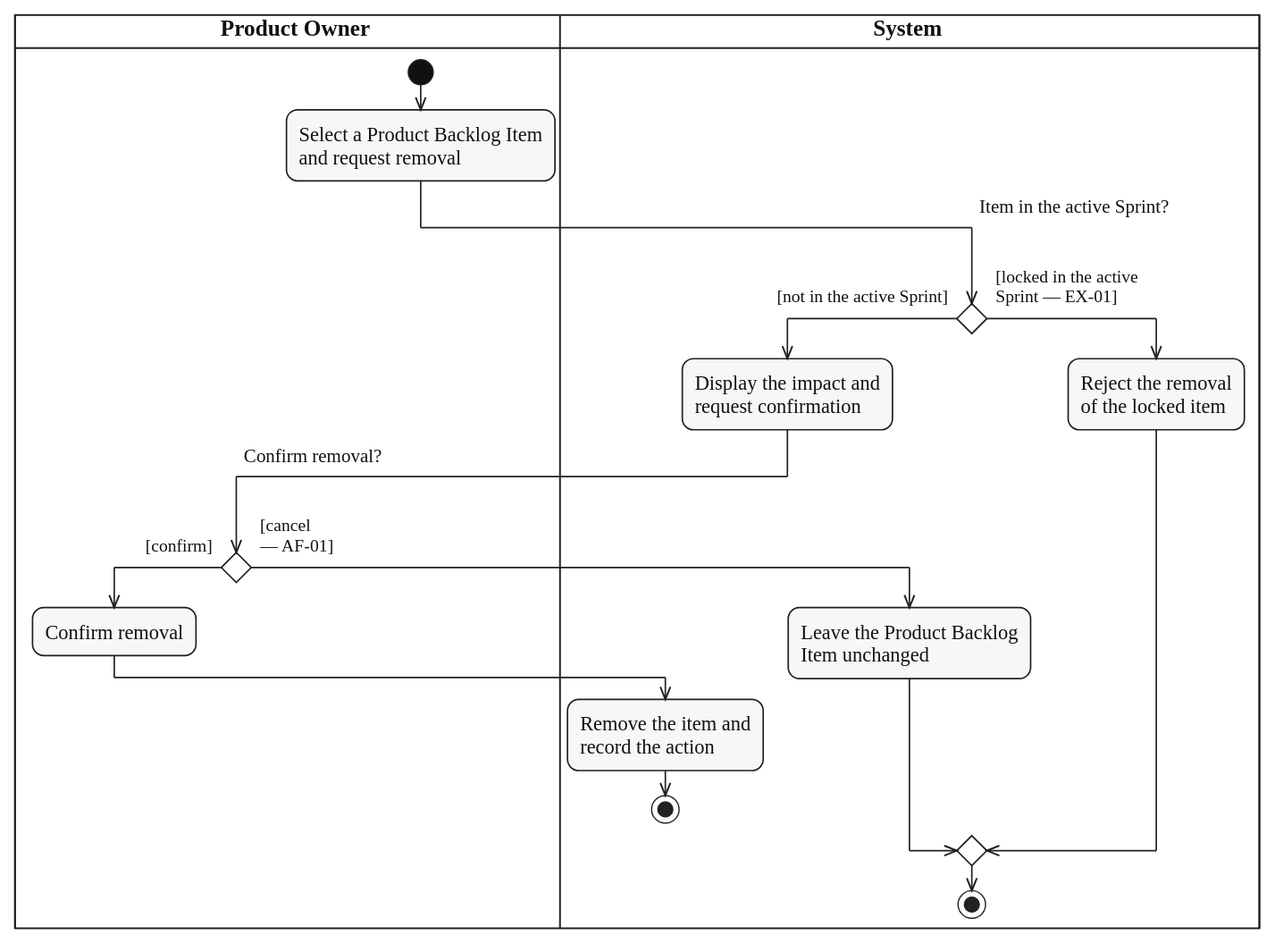
This is diagrams/activity/product-backlog/svg/UC-BACKLOG-ITEM-REMOVE.svg from lukenab/swd392-doc-automation, a PlantUML export, as it was before one commit. Its source is kept beside it as diagrams/activity/product-backlog/source/UC-BACKLOG-ITEM-REMOVE.puml.
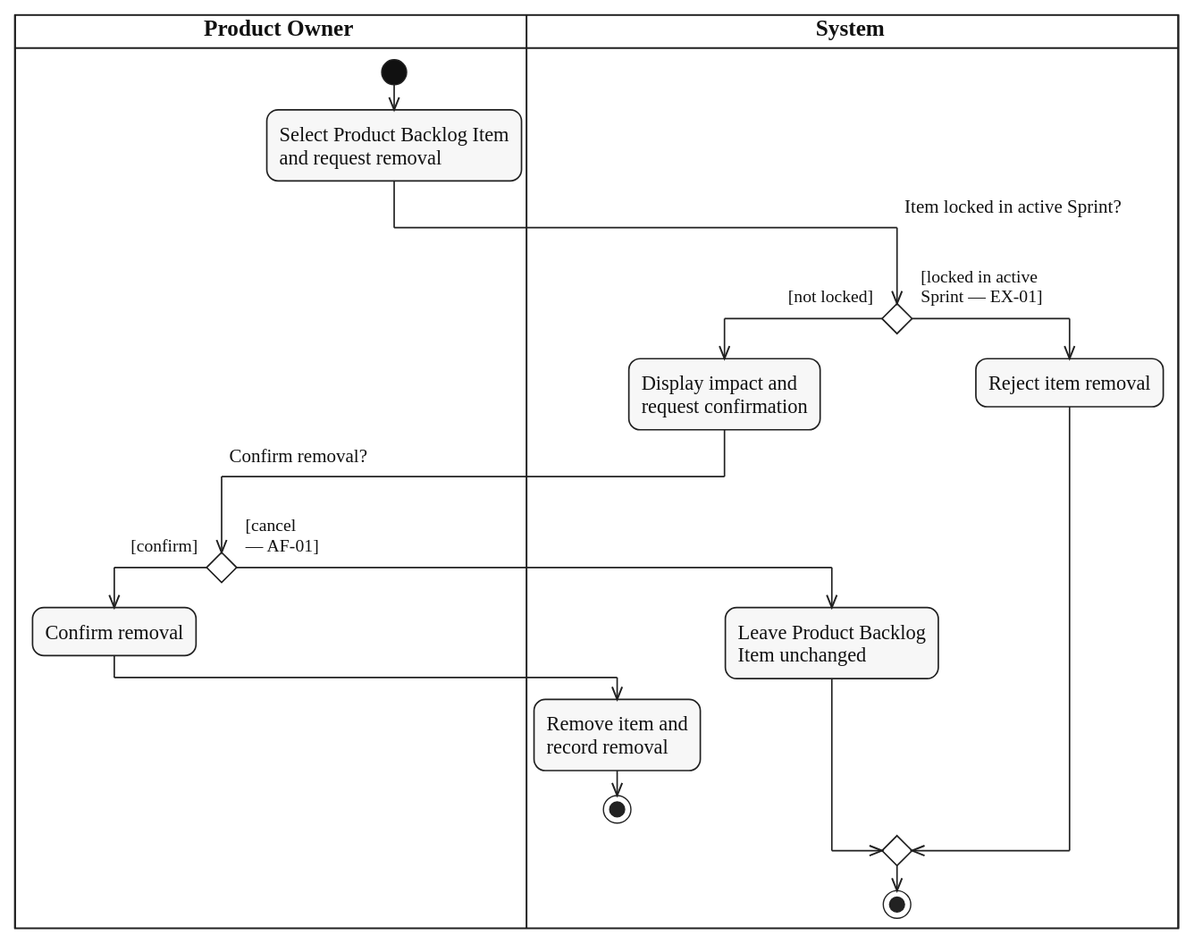
After the commit.

Change to the diagram source:
```diff
@@ -5,27 +5,26 @@
 
 |PRO|
 start
-:Select a Product Backlog Item
+:Select Product Backlog Item
 and request removal;
 |SYS|
-if ($question_x("Item in the active Sprint?")) then ($guard_left("[not in the active Sprint]"))
-  :Display the impact and
+if ($question_x("Item locked in active Sprint?")) then ($guard_left("[not locked]"))
+  :Display impact and
   request confirmation;
   |PRO|
   if ($question_x("Confirm removal?")) then ($guard_left("[confirm]"))
     :Confirm removal;
     |SYS|
-    :Remove the item and
-    record the action;
+    :Remove item and
+    record removal;
     stop
   else ($guard_right("[cancel", "— AF-01]"))
     |SYS|
-    :Leave the Product Backlog
+    :Leave Product Backlog
     Item unchanged;
   endif
-else ($guard_right("[locked in the active", "Sprint — EX-01]"))
-  :Reject the removal
-  of the locked item;
+else ($guard_right("[locked in active", "Sprint — EX-01]"))
+  :Reject item removal;
 endif
 |SYS|
 stop
```
